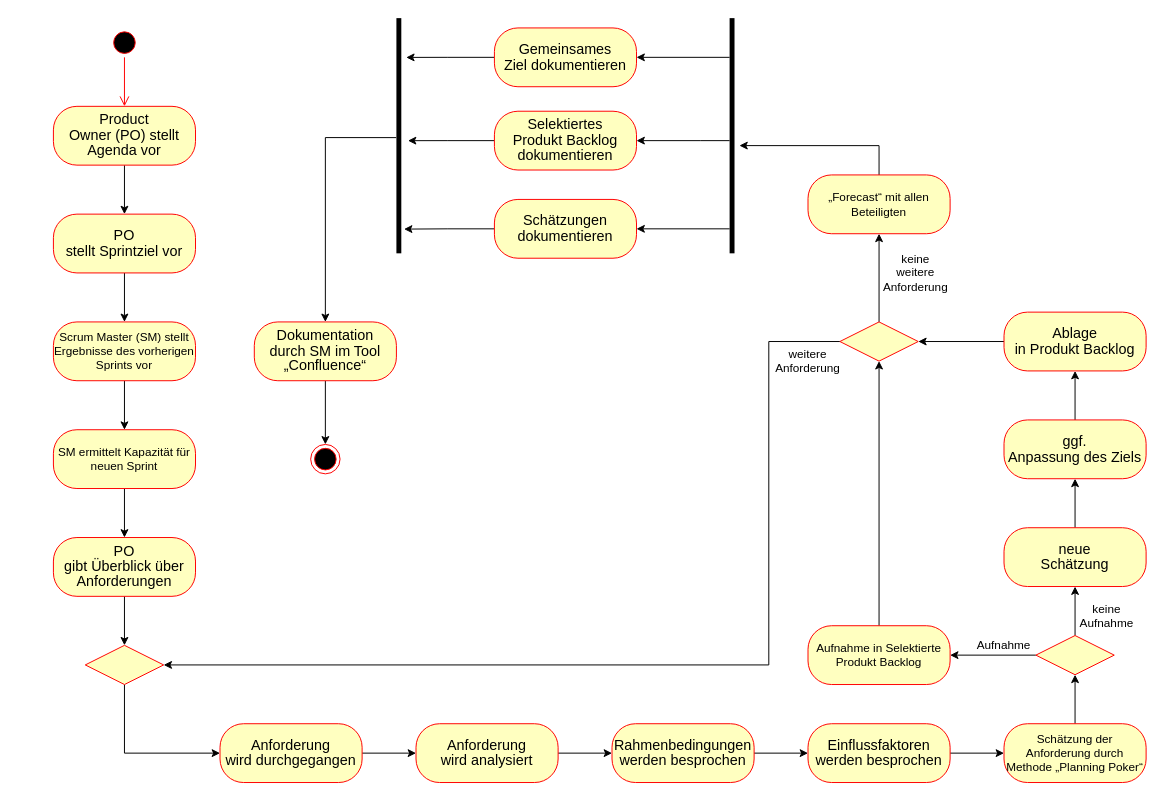
Before: UB0301_Sprint Planning Meeting.drawio in LukasWitschel/hbrs-lwitsch2s, a draw.io diagram. Source tidied: cells renumbered, new cells numbered last; positions are measured from the earlier drawing's top-left corner, leaving out a move shared by most shapes. Both pictures are drawn from the tidied source at 98%, with x=0, y=0 at pixel (53, 18).
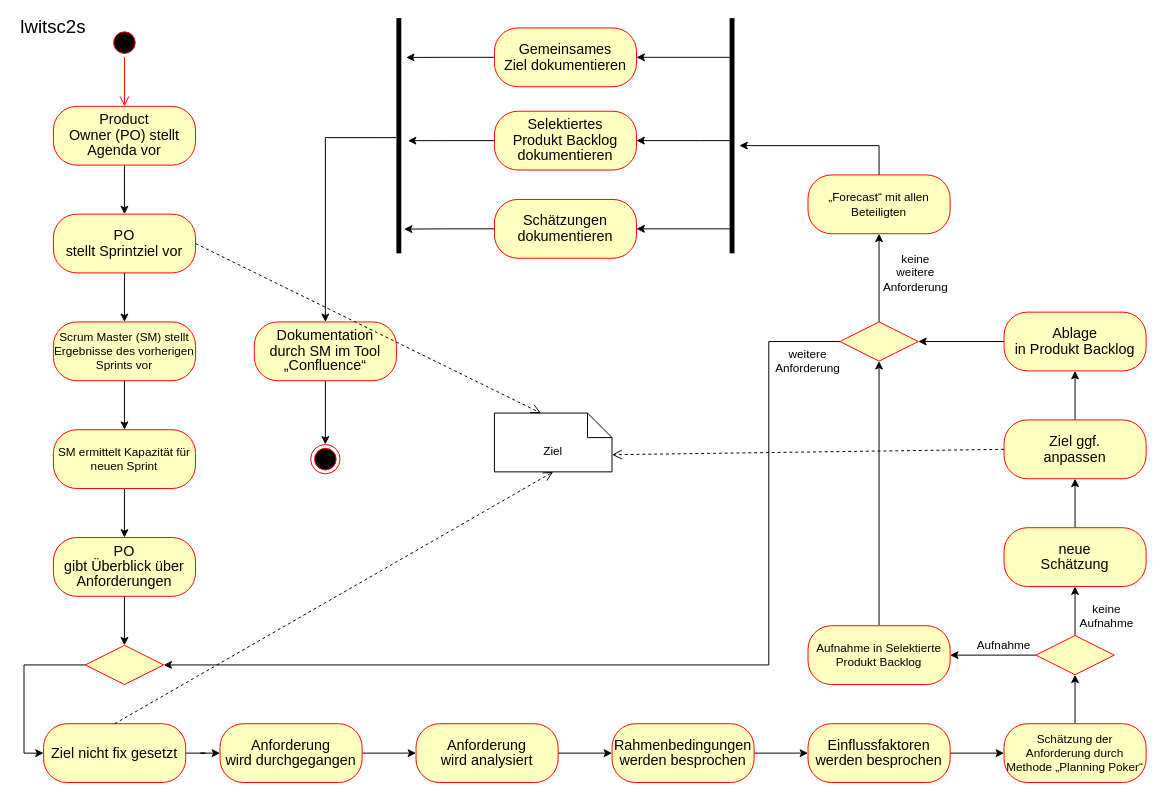
The same page after the edit.

The change refers to these unchanged cells:
```xml
<mxCell id="7" value="&lt;span lang=&quot;EN-GB&quot; style=&quot;font-size: 11.0pt ; line-height: 107% ; font-family: &amp;#34;calibri&amp;#34; , sans-serif&quot;&gt;PO&lt;br/&gt;stellt Sprintziel vor&lt;/span&gt;" style="rounded=1;whiteSpace=wrap;html=1;arcSize=40;fontColor=#000000;fillColor=#ffffc0;strokeColor=#ff0000;" parent="1" vertex="1">
  <mxGeometry y="200" width="145" height="60" as="geometry" />
</mxCell>
<mxCell id="15" style="rhombus;whiteSpace=wrap;html=1;fillColor=#ffffc0;strokeColor=#ff0000;" parent="1" vertex="1">
  <mxGeometry x="32.5" y="640" width="80" height="40" as="geometry" />
</mxCell>
<mxCell id="17" value="&lt;p class=&quot;MsoNormal&quot;&gt;&lt;span style=&quot;font-size: 11.0pt ; line-height: 107% ; font-family: &amp;#34;calibri&amp;#34; , sans-serif&quot;&gt;Anforderung&lt;br&gt;wird durchgegangen&lt;/span&gt;&lt;br&gt;&lt;/p&gt;" style="rounded=1;whiteSpace=wrap;html=1;arcSize=40;fontColor=#000000;fillColor=#ffffc0;strokeColor=#ff0000;" parent="1" vertex="1">
  <mxGeometry x="170" y="720" width="145" height="60" as="geometry" />
</mxCell>
<mxCell id="47" style="html=1;points=[];perimeter=orthogonalPerimeter;fillColor=#000000;strokeColor=none;" parent="1" vertex="1">
  <mxGeometry x="350" width="5" height="240" as="geometry" />
</mxCell>
<mxCell id="53" value="&lt;p class=&quot;MsoNormal&quot;&gt;&lt;span style=&quot;font-size: 11.0pt ; line-height: 107% ; font-family: &amp;#34;calibri&amp;#34; , sans-serif&quot;&gt;Schätzungen dokumentieren&lt;/span&gt;&lt;br&gt;&lt;/p&gt;" style="rounded=1;whiteSpace=wrap;html=1;arcSize=40;fontColor=#000000;fillColor=#ffffc0;strokeColor=#ff0000;" parent="1" vertex="1">
  <mxGeometry x="450" y="185" width="145" height="60" as="geometry" />
</mxCell>
```

The edit, as a diff of the source:
```diff
@@
-    <mxCell id="14" style="edgeStyle=orthogonalEdgeStyle;rounded=0;jettySize=auto;html=1;entryX=0;entryY=0.5;entryDx=0;entryDy=0;exitX=0.5;exitY=1;exitDx=0;exitDy=0;" parent="1" edge="1" source="15" target="17">
-      <mxGeometry relative="1" as="geometry" />
-    </mxCell>
+    <mxCell id="61" style="edgeStyle=orthogonalEdgeStyle;rounded=0;jettySize=auto;html=1;entryX=0;entryY=0.5;entryDx=0;entryDy=0;exitX=0;exitY=0.5;exitDx=0;exitDy=0;" parent="1" edge="1" source="15" target="65">
+      <mxGeometry relative="1" as="geometry" />
+    </mxCell>
@@
-    <mxCell id="34" value="&lt;p class=&quot;MsoNormal&quot;&gt;&lt;span style=&quot;font-size: 11.0pt ; line-height: 107% ; font-family: &amp;#34;calibri&amp;#34; , sans-serif&quot;&gt;ggf.&lt;br&gt;Anpassung des Ziels&lt;/span&gt;&lt;br&gt;&lt;/p&gt;" style="rounded=1;whiteSpace=wrap;html=1;arcSize=40;fontColor=#000000;fillColor=#ffffc0;strokeColor=#ff0000;" parent="1" vertex="1">
+    <mxCell id="34" value="&lt;p class=&quot;MsoNormal&quot;&gt;&lt;span style=&quot;font-size: 11.0pt ; line-height: 107% ; font-family: &amp;#34;calibri&amp;#34; , sans-serif&quot;&gt;Ziel ggf.&lt;br&gt;anpassen&lt;/span&gt;&lt;br&gt;&lt;/p&gt;" style="rounded=1;whiteSpace=wrap;html=1;arcSize=40;fontColor=#000000;fillColor=#ffffc0;strokeColor=#ff0000;" parent="1" vertex="1">
       <mxGeometry x="970" y="410" width="145" height="60" as="geometry" />
     </mxCell>
@@
     <mxCell id="52" style="edgeStyle=orthogonalEdgeStyle;rounded=0;jettySize=auto;html=1;entryX=1.56;entryY=0.897;entryDx=0;entryDy=0;entryPerimeter=0;" parent="1" edge="1" source="53" target="47">
-      <mxGeometry relative="1" as="geometry" />
+      <mxGeometry relative="1" as="geometry">
+        <Array as="points">
+          <mxPoint x="400" y="215" />
+          <mxPoint x="400" y="215" />
+        </Array>
+      </mxGeometry>
     </mxCell>
@@
+    <mxCell id="62" value="Ziel" style="shape=note2;boundedLbl=1;whiteSpace=wrap;html=1;size=25;verticalAlign=top;align=center;" parent="1" vertex="1">
+      <mxGeometry x="450" y="403" width="120" height="60" as="geometry" />
+    </mxCell>
+    <mxCell id="63" style="html=1;verticalAlign=bottom;endArrow=open;dashed=1;endSize=8;exitX=0;exitY=0.5;exitDx=0;exitDy=0;entryX=0;entryY=0;entryDx=120;entryDy=42.5;entryPerimeter=0;" parent="1" edge="1" source="34" target="62">
+      <mxGeometry relative="1" as="geometry" />
+    </mxCell>
+    <mxCell id="64" style="edgeStyle=orthogonalEdgeStyle;rounded=0;jettySize=auto;html=1;entryX=0;entryY=0.5;entryDx=0;entryDy=0;" parent="1" edge="1" source="65" target="17">
+      <mxGeometry relative="1" as="geometry" />
+    </mxCell>
+    <mxCell id="65" value="&lt;p class=&quot;MsoNormal&quot;&gt;&lt;font face=&quot;calibri, sans-serif&quot;&gt;&lt;span style=&quot;font-size: 14.6667px&quot;&gt;Ziel nicht fix gesetzt&lt;/span&gt;&lt;/font&gt;&lt;/p&gt;" style="rounded=1;whiteSpace=wrap;html=1;arcSize=40;fontColor=#000000;fillColor=#ffffc0;strokeColor=#ff0000;" parent="1" vertex="1">
+      <mxGeometry x="-10" y="720" width="145" height="60" as="geometry" />
+    </mxCell>
+    <mxCell id="66" style="html=1;verticalAlign=bottom;endArrow=open;dashed=1;endSize=8;exitX=0.5;exitY=0;exitDx=0;exitDy=0;entryX=0.5;entryY=1;entryDx=0;entryDy=0;entryPerimeter=0;" parent="1" edge="1" source="65" target="62">
+      <mxGeometry relative="1" as="geometry" />
+    </mxCell>
+    <mxCell id="67" style="html=1;verticalAlign=bottom;endArrow=open;dashed=1;endSize=8;exitX=1;exitY=0.5;exitDx=0;exitDy=0;entryX=0;entryY=0;entryDx=47.5;entryDy=0;entryPerimeter=0;" parent="1" edge="1" source="7" target="62">
+      <mxGeometry relative="1" as="geometry" />
+    </mxCell>
+    <mxCell id="68" value="lwitsc2s" style="text;html=1;strokeColor=none;fillColor=none;align=center;verticalAlign=middle;whiteSpace=wrap;rounded=0;fontSize=19;" parent="1" vertex="1">
+      <mxGeometry x="-20" width="40" height="20" as="geometry" />
+    </mxCell>
```
